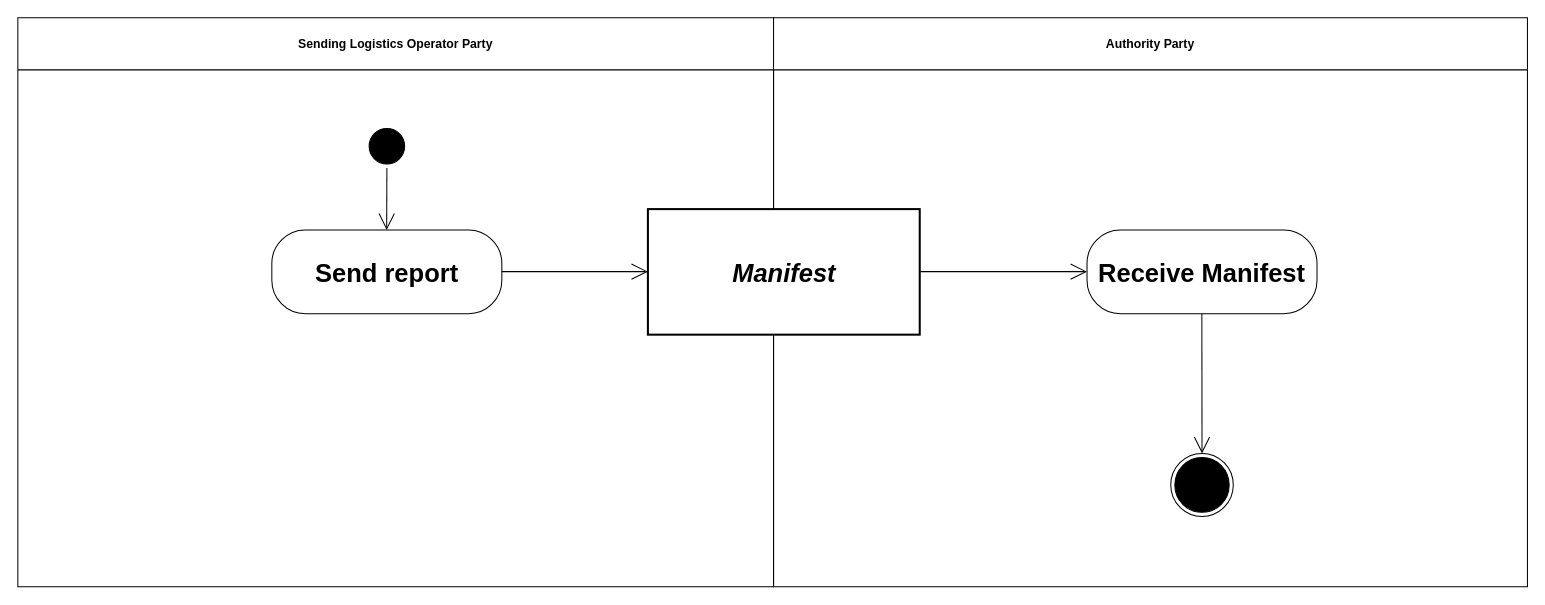
This is diagrams/UBL-2.3-ManifestProcess/UBL-2.3-ManifestProcess.drawio from kduvekot/ubl-work-on-svg-images, a draw.io file, before an edit. Source tidied: cells renumbered, new cells numbered last; positions are measured from the earlier drawing's top-left corner, leaving out a move shared by most shapes. Both pictures are drawn from the tidied source at 102%, with x=0, y=0 at pixel (17, 17).
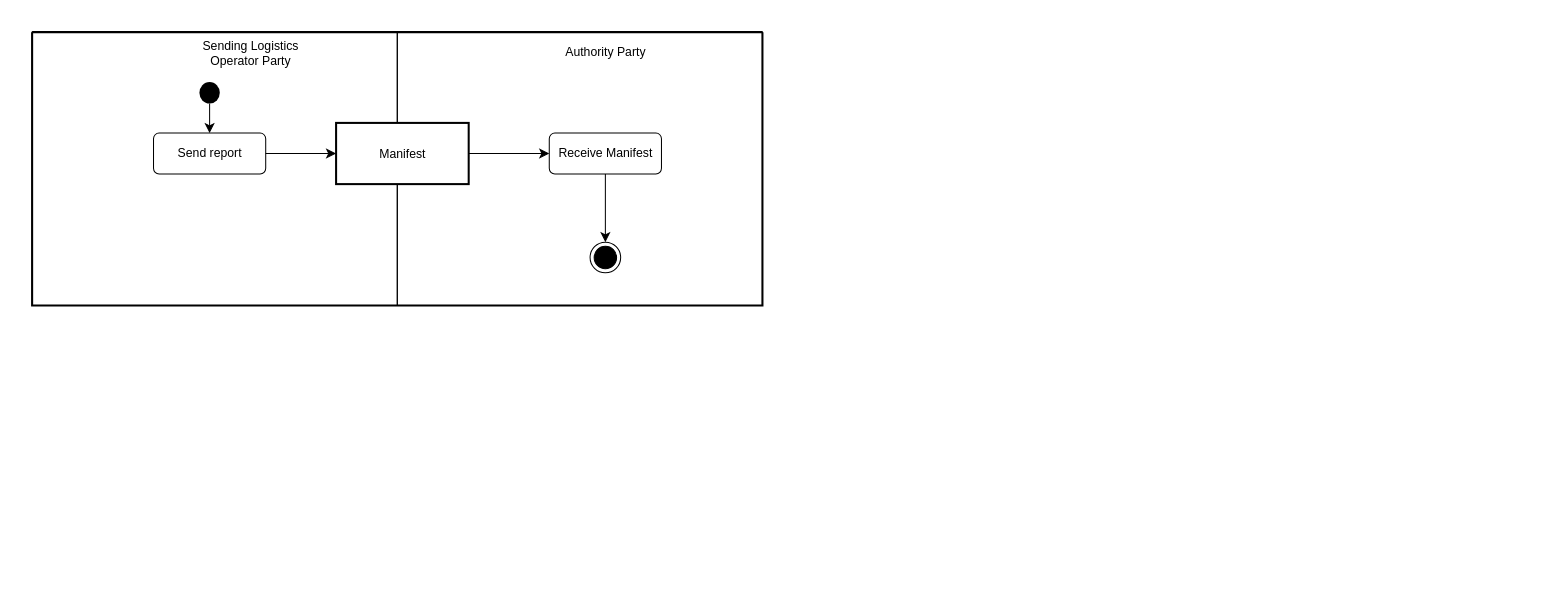
The same diagram, later.

Diff of the diagram source:
```diff
@@
 <mxGraphModel>
   <root>
     <mxCell id="0" />
     <mxCell id="1" parent="0" />
+    <mxCell id="13" style="swimlane;html=1;startSize=0;whiteSpace=wrap;fillColor=none;strokeWidth=2;" parent="1" vertex="1">
+      <mxGeometry x="14" y="14" width="716" height="268" as="geometry" />
+    </mxCell>
-    <mxCell id="2" value="Sending Logistics Operator Party" style="swimlane;whiteSpace=wrap;html=1;startSize=51;" parent="1" vertex="1">
-      <mxGeometry width="740.9" height="557.7" as="geometry" />
+    <mxCell id="2" value="Sending Logistics&lt;br&gt;Operator Party" style="swimlane;horizontal=1;startSize=42;swimlaneLine=0;html=1;fillColor=none;fontSize=12;fontStyle=0;spacing=0;spacingLeft=69;" parent="13" vertex="1">
+      <mxGeometry width="358" height="268" as="geometry" />
     </mxCell>
-    <mxCell id="3" value="Authority Party" style="swimlane;whiteSpace=wrap;html=1;startSize=51;" parent="1" vertex="1">
-      <mxGeometry x="740.9" width="739.1" height="557.7" as="geometry" />
+    <mxCell id="3" value="Authority Party" style="swimlane;horizontal=1;startSize=40;swimlaneLine=0;html=1;fillColor=none;fontSize=12;fontStyle=0;spacing=0;spacingLeft=49;" parent="13" vertex="1">
+      <mxGeometry x="358" width="358" height="268" as="geometry" />
     </mxCell>
-    <mxCell id="4" style="ellipse;html=1;shape=startState;fillColor=#000000;strokeColor=#000000;fontFamily=Helvetica;fontSize=25;" parent="1" vertex="1">
-      <mxGeometry x="340.4" y="104.5" width="42.8" height="42.8" as="geometry" />
+    <mxCell id="4" style="ellipse;shape=startState;fillColor=#000000;strokeColor=none;html=1;" parent="2" vertex="1">
+      <mxGeometry x="160" y="45" width="28" height="29" as="geometry" />
     </mxCell>
-    <mxCell id="5" value="Manifest" style="rounded=0;whiteSpace=wrap;html=1;fontStyle=3;strokeWidth=2;fontFamily=Helvetica;fontSize=25;" parent="1" vertex="1">
-      <mxGeometry x="617.7" y="187.5" width="266.5" height="123.1" as="geometry" />
+    <mxCell id="5" value="Manifest" style="rounded=0;html=1;whiteSpace=nowrap;fontSize=12;fontStyle=0;align=center;verticalAlign=middle;spacing=0;spacingTop=1;strokeWidth=2;" parent="3" vertex="1">
+      <mxGeometry x="-60" y="89" width="130" height="60" as="geometry" />
     </mxCell>
-    <mxCell id="6" value="Send report" style="rounded=1;arcSize=40;whiteSpace=wrap;html=1;fontStyle=1;fontFamily=Helvetica;fontSize=25;" parent="1" vertex="1">
-      <mxGeometry x="249" y="208" width="225.5" height="82.1" as="geometry" />
+    <mxCell id="6" value="Send report" style="rounded=1;absoluteArcSize=1;arcSize=11;html=1;whiteSpace=nowrap;fontSize=12;fontStyle=0;align=center;verticalAlign=middle;spacing=0;spacingRight=1;" parent="2" vertex="1">
+      <mxGeometry x="119" y="99" width="110" height="40" as="geometry" />
     </mxCell>
-    <mxCell id="7" value="Receive Manifest" style="rounded=1;arcSize=40;whiteSpace=wrap;html=1;fontStyle=1;fontFamily=Helvetica;fontSize=25;" parent="1" vertex="1">
-      <mxGeometry x="1048.2" y="208" width="225.5" height="82.1" as="geometry" />
+    <mxCell id="7" value="Receive Manifest" style="rounded=1;absoluteArcSize=1;arcSize=11;html=1;whiteSpace=nowrap;fontSize=12;fontStyle=0;align=center;verticalAlign=middle;spacing=0;" parent="3" vertex="1">
+      <mxGeometry x="149" y="99" width="110" height="40" as="geometry" />
     </mxCell>
-    <mxCell id="8" style="ellipse;html=1;shape=endState;fillColor=#000000;strokeColor=#000000;fontFamily=Helvetica;fontSize=25;" parent="1" vertex="1">
-      <mxGeometry x="1130.3" y="427" width="61.3" height="61.8" as="geometry" />
+    <mxCell id="8" style="ellipse;shape=endState;fillColor=#000000;html=1;" parent="3" vertex="1">
+      <mxGeometry x="189" y="206" width="30" height="30" as="geometry" />
     </mxCell>
-    <mxCell id="9" style="edgeStyle=none;rounded=0;html=1;endArrow=open;endFill=0;endSize=14;exitX=0.4953;exitY=1.0;entryX=0.4993;entryY=0.0;" parent="1" edge="1" source="4" target="6">
+    <mxCell id="9" style="edgeStyle=none;rounded=0;html=1;endArrow=classic;endFill=1;endSize=7;exitPerimeter=0;entryX=0.5;entryY=0;entryPerimeter=0;exitX=0.5;exitY=0.8611;" parent="2" edge="1" source="4" target="6">
       <mxGeometry relative="1" as="geometry" />
     </mxCell>
-    <mxCell id="10" style="edgeStyle=none;rounded=0;html=1;endArrow=open;endFill=0;endSize=14;exitX=1.0;exitY=0.497;entryX=0.0;entryY=0.498;" parent="1" edge="1" source="6" target="5">
+    <mxCell id="10" style="edgeStyle=none;rounded=0;html=1;endArrow=classic;endFill=1;endSize=7;exitX=1;exitY=0.5;exitPerimeter=0;entryX=0;entryY=0.5;entryPerimeter=0;" parent="13" edge="1" source="6" target="5">
       <mxGeometry relative="1" as="geometry" />
     </mxCell>
-    <mxCell id="11" style="edgeStyle=none;rounded=0;html=1;endArrow=open;endFill=0;endSize=14;exitX=1.0;exitY=0.498;entryX=0.0;entryY=0.497;" parent="1" edge="1" source="5" target="7">
+    <mxCell id="11" style="edgeStyle=none;rounded=0;html=1;endArrow=classic;endFill=1;endSize=7;exitX=1;exitY=0.5;exitPerimeter=0;entryX=0;entryY=0.5;entryPerimeter=0;" parent="3" edge="1" source="5" target="7">
       <mxGeometry relative="1" as="geometry" />
     </mxCell>
-    <mxCell id="12" style="edgeStyle=none;rounded=0;html=1;endArrow=open;endFill=0;endSize=14;exitX=0.4993;exitY=1.0;entryX=0.4976;entryY=0.0;" parent="1" edge="1" source="7" target="8">
+    <mxCell id="12" style="edgeStyle=none;rounded=0;html=1;endArrow=classic;endFill=1;endSize=7;exitX=0.5;exitY=1;exitPerimeter=0;entryPerimeter=0;entryX=0.5;entryY=0;" parent="3" edge="1" source="7" target="8">
       <mxGeometry relative="1" as="geometry" />
     </mxCell>
   </root>
 </mxGraphModel>
```
